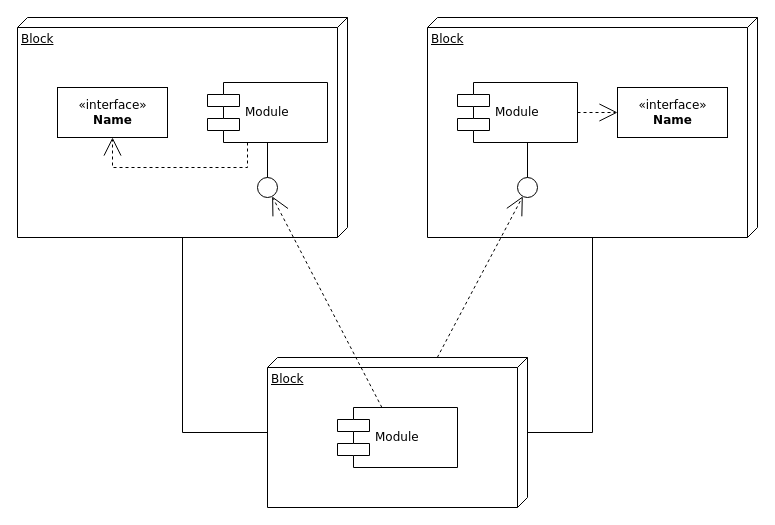
AhmadVakil/Responsive-HTML-page keeps this draw.io diagram as Untitled Diagram.drawio. Above is the earlier version. Source tidied: cells renumbered, new cells numbered last; positions are measured from the earlier drawing's top-left corner, leaving out a move shared by most shapes. Both pictures are drawn from the tidied source at 100%, with x=0, y=0 at pixel (17, 17).
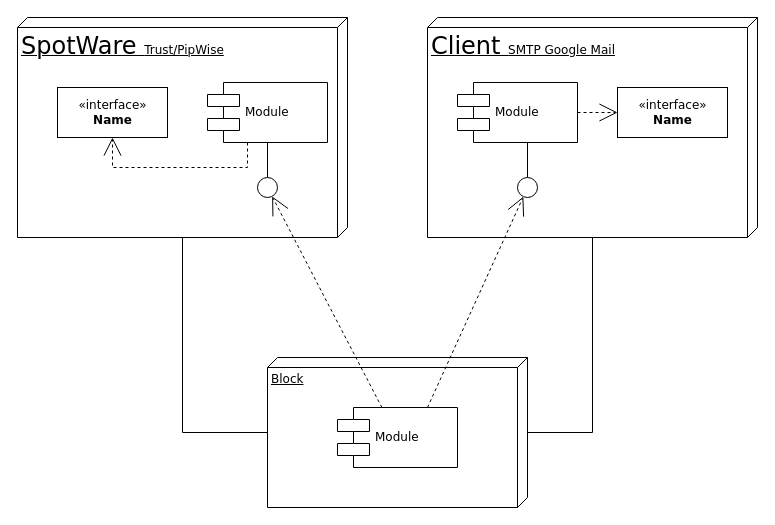
Above is the later version.

Unchanged cells that the change refers to:
```xml
<mxCell id="4" value="Block" style="verticalAlign=top;align=left;spacingTop=8;spacingLeft=2;spacingRight=12;shape=cube;size=10;direction=south;fontStyle=4;html=1;rounded=0;shadow=0;comic=0;labelBackgroundColor=none;strokeWidth=1;fontFamily=Verdana;fontSize=12;" parent="1" vertex="1">
  <mxGeometry x="250" y="340" width="260" height="150" as="geometry" />
</mxCell>
<mxCell id="10" style="ellipse;whiteSpace=wrap;html=1;rounded=0;shadow=0;comic=0;labelBackgroundColor=none;strokeWidth=1;fontFamily=Verdana;fontSize=12;align=center;" parent="1" vertex="1">
  <mxGeometry x="500" y="160" width="20" height="20" as="geometry" />
</mxCell>
<mxCell id="11" value="Module" style="shape=component;align=left;spacingLeft=36;rounded=0;shadow=0;comic=0;labelBackgroundColor=none;strokeWidth=1;fontFamily=Verdana;fontSize=12;html=1;" parent="1" vertex="1">
  <mxGeometry x="320" y="390" width="120" height="60" as="geometry" />
</mxCell>
```

Diff of the diagram source:
```diff
@@
-    <mxCell id="2" value="Block" style="verticalAlign=top;align=left;spacingTop=8;spacingLeft=2;spacingRight=12;shape=cube;size=10;direction=south;fontStyle=4;html=1;rounded=0;shadow=0;comic=0;labelBackgroundColor=none;strokeWidth=1;fontFamily=Verdana;fontSize=12;" parent="1" vertex="1">
+    <mxCell id="2" value="&lt;font style=&quot;font-size: 24px;&quot;&gt;SpotWare &lt;/font&gt;Trust/PipWise" style="verticalAlign=top;align=left;spacingTop=8;spacingLeft=2;spacingRight=12;shape=cube;size=10;direction=south;fontStyle=4;html=1;rounded=0;shadow=0;comic=0;labelBackgroundColor=none;strokeWidth=1;fontFamily=Verdana;fontSize=12;" parent="1" vertex="1">
       <mxGeometry width="330" height="220" as="geometry" />
     </mxCell>
-    <mxCell id="3" value="Block" style="verticalAlign=top;align=left;spacingTop=8;spacingLeft=2;spacingRight=12;shape=cube;size=10;direction=south;fontStyle=4;html=1;rounded=0;shadow=0;comic=0;labelBackgroundColor=none;strokeWidth=1;fontFamily=Verdana;fontSize=12;" parent="1" vertex="1">
+    <mxCell id="3" value="&lt;font style=&quot;font-size: 24px;&quot;&gt;Client &lt;/font&gt;SMTP Google Mail" style="verticalAlign=top;align=left;spacingTop=8;spacingLeft=2;spacingRight=12;shape=cube;size=10;direction=south;fontStyle=4;html=1;rounded=0;shadow=0;comic=0;labelBackgroundColor=none;strokeWidth=1;fontFamily=Verdana;fontSize=12;" parent="1" vertex="1">
       <mxGeometry x="410" width="330" height="220" as="geometry" />
     </mxCell>
@@
-    <mxCell id="13" style="edgeStyle=none;rounded=0;html=1;dashed=1;labelBackgroundColor=none;startArrow=none;startFill=0;startSize=8;endArrow=open;endFill=0;endSize=16;fontFamily=Verdana;fontSize=12;" parent="1" edge="1" source="4" target="10">
+    <mxCell id="13" style="edgeStyle=none;rounded=0;html=1;dashed=1;labelBackgroundColor=none;startArrow=none;startFill=0;startSize=8;endArrow=open;endFill=0;endSize=16;fontFamily=Verdana;fontSize=12;exitX=0.75;exitY=0;exitDx=0;exitDy=0;" parent="1" edge="1" source="11" target="10">
       <mxGeometry relative="1" as="geometry" />
     </mxCell>
```
